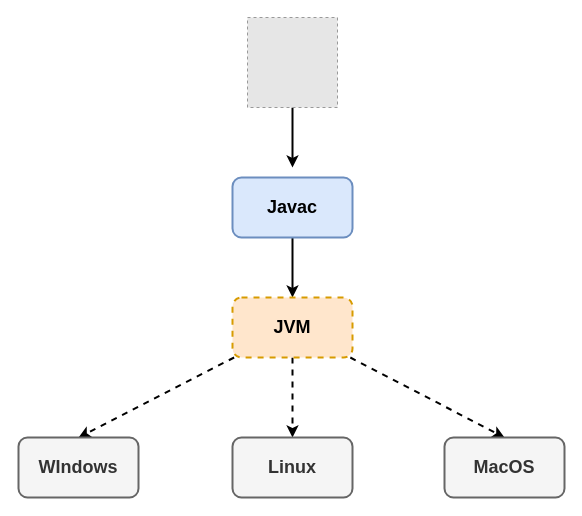
Before: javac.drawio in auula/draw.io, a draw.io diagram. Source tidied: cells renumbered, new cells numbered last; positions are measured from the earlier drawing's top-left corner, leaving out a move shared by most shapes. Both pictures are drawn from the tidied source at 100%, with x=0, y=0 at pixel (18, 17). Pictures stored in the file or linked from it are replaced by grey dashed boxes.
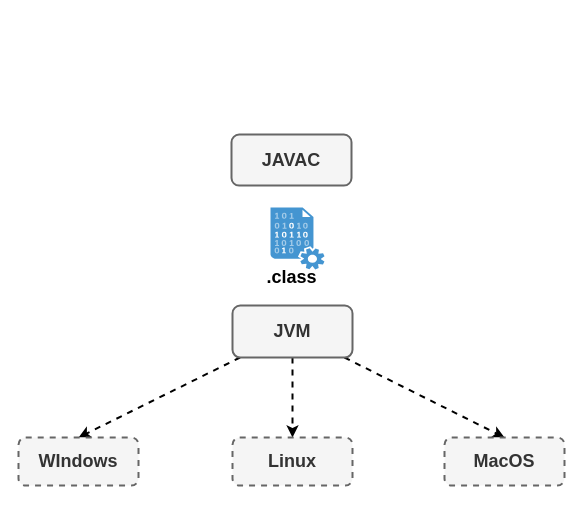
Above is the later version.

The edit, as a diff of the source:
```diff
@@
 <mxGraphModel>
   <root>
     <mxCell id="0" />
     <mxCell id="1" parent="0" />
-    <mxCell id="2" style="edgeStyle=none;rounded=0;jettySize=auto;html=1;strokeWidth=2;fontSize=18;" parent="1" edge="1" source="3">
-      <mxGeometry relative="1" as="geometry">
-        <mxPoint x="274" y="150" as="targetPoint" />
-      </mxGeometry>
-    </mxCell>
-    <mxCell id="3" style="fillColor=#E6E6E6;strokeColor=#999999;dashed=1;html=1;verticalAlign=top;verticalLabelPosition=bottom;labelBackgroundColor=#ffffff;" parent="1" vertex="1">
-      <mxGeometry x="229" width="90" height="90" as="geometry" />
-    </mxCell>
-    <mxCell id="4" style="edgeStyle=none;rounded=0;jettySize=auto;html=1;entryX=0.5;entryY=0;entryDx=0;entryDy=0;strokeWidth=2;fontSize=18;" parent="1" edge="1" source="5" target="9">
-      <mxGeometry relative="1" as="geometry" />
-    </mxCell>
-    <mxCell id="5" value="&lt;b&gt;&lt;font style=&quot;font-size: 18px;&quot;&gt;Javac&lt;/font&gt;&lt;/b&gt;" style="rounded=1;whiteSpace=wrap;html=1;strokeWidth=2;fillColor=#dae8fc;strokeColor=#6c8ebf;" parent="1" vertex="1">
-      <mxGeometry x="214" y="160" width="120" height="60" as="geometry" />
+    <mxCell id="5" value="&lt;span style=&quot;font-size: 18px;&quot;&gt;&lt;b&gt;JAVAC&lt;/b&gt;&lt;/span&gt;" style="rounded=1;whiteSpace=wrap;html=1;strokeWidth=2;fillColor=#f5f5f5;strokeColor=#666666;fontColor=#333333;" parent="1" vertex="1">
+      <mxGeometry x="213" y="117.1" width="120" height="51" as="geometry" />
     </mxCell>
     <mxCell id="6" style="rounded=0;jettySize=auto;html=1;entryX=0.5;entryY=0;entryDx=0;entryDy=0;fontSize=18;strokeWidth=2;dashed=1;" parent="1" edge="1" source="9" target="10">
       <mxGeometry relative="1" as="geometry" />
     </mxCell>
     <mxCell id="7" style="edgeStyle=none;rounded=0;jettySize=auto;html=1;entryX=0.5;entryY=0;entryDx=0;entryDy=0;strokeWidth=2;fontSize=18;dashed=1;" parent="1" edge="1" source="9" target="11">
       <mxGeometry relative="1" as="geometry" />
     </mxCell>
     <mxCell id="8" style="edgeStyle=none;rounded=0;jettySize=auto;html=1;entryX=0.5;entryY=0;entryDx=0;entryDy=0;strokeWidth=2;fontSize=18;dashed=1;" parent="1" edge="1" source="9" target="12">
       <mxGeometry relative="1" as="geometry" />
     </mxCell>
-    <mxCell id="9" value="&lt;span style=&quot;font-size: 18px;&quot;&gt;&lt;b&gt;JVM&lt;/b&gt;&lt;/span&gt;" style="rounded=1;whiteSpace=wrap;html=1;strokeWidth=2;fillColor=#ffe6cc;strokeColor=#d79b00;dashed=1;" parent="1" vertex="1">
-      <mxGeometry x="214" y="280" width="120" height="60" as="geometry" />
+    <mxCell id="9" value="&lt;span style=&quot;font-size: 18px;&quot;&gt;&lt;b&gt;JVM&lt;/b&gt;&lt;/span&gt;" style="rounded=1;whiteSpace=wrap;html=1;strokeWidth=2;fillColor=#f5f5f5;fontColor=#333333;strokeColor=#666666;" parent="1" vertex="1">
+      <mxGeometry x="214" y="288.1" width="120" height="51.9" as="geometry" />
     </mxCell>
-    <mxCell id="10" value="&lt;span style=&quot;font-size: 18px;&quot;&gt;&lt;b&gt;WIndows&lt;/b&gt;&lt;/span&gt;" style="rounded=1;whiteSpace=wrap;html=1;strokeWidth=2;fillColor=#f5f5f5;strokeColor=#666666;fontColor=#333333;" parent="1" vertex="1">
-      <mxGeometry y="420" width="120" height="60" as="geometry" />
+    <mxCell id="10" value="&lt;span style=&quot;font-size: 18px;&quot;&gt;&lt;b&gt;WIndows&lt;/b&gt;&lt;/span&gt;" style="rounded=1;whiteSpace=wrap;html=1;strokeWidth=2;fillColor=#f5f5f5;strokeColor=#666666;fontColor=#333333;dashed=1;" parent="1" vertex="1">
+      <mxGeometry y="420" width="120" height="48.1" as="geometry" />
     </mxCell>
-    <mxCell id="11" value="&lt;span style=&quot;font-size: 18px;&quot;&gt;&lt;b&gt;Linux&lt;/b&gt;&lt;/span&gt;" style="rounded=1;whiteSpace=wrap;html=1;strokeWidth=2;fillColor=#f5f5f5;strokeColor=#666666;fontColor=#333333;" parent="1" vertex="1">
-      <mxGeometry x="214" y="420" width="120" height="60" as="geometry" />
+    <mxCell id="11" value="&lt;span style=&quot;font-size: 18px;&quot;&gt;&lt;b&gt;Linux&lt;/b&gt;&lt;/span&gt;" style="rounded=1;whiteSpace=wrap;html=1;strokeWidth=2;fillColor=#f5f5f5;strokeColor=#666666;fontColor=#333333;dashed=1;" parent="1" vertex="1">
+      <mxGeometry x="214" y="420" width="120" height="48.1" as="geometry" />
     </mxCell>
-    <mxCell id="12" value="&lt;span style=&quot;font-size: 18px;&quot;&gt;&lt;b&gt;MacOS&lt;/b&gt;&lt;/span&gt;" style="rounded=1;whiteSpace=wrap;html=1;strokeWidth=2;fillColor=#f5f5f5;strokeColor=#666666;fontColor=#333333;" parent="1" vertex="1">
-      <mxGeometry x="426" y="420" width="120" height="60" as="geometry" />
+    <mxCell id="12" value="&lt;span style=&quot;font-size: 18px;&quot;&gt;&lt;b&gt;MacOS&lt;/b&gt;&lt;/span&gt;" style="rounded=1;whiteSpace=wrap;html=1;strokeWidth=2;fillColor=#f5f5f5;strokeColor=#666666;fontColor=#333333;dashed=1;" parent="1" vertex="1">
+      <mxGeometry x="426" y="420" width="120" height="48.1" as="geometry" />
     </mxCell>
+    <mxCell id="13" style="shadow=0;dashed=0;html=1;strokeColor=none;fillColor=#4495D1;labelPosition=center;verticalLabelPosition=bottom;verticalAlign=top;align=center;shape=mxgraph.veeam.data_file;strokeWidth=2;fontSize=18;" parent="1" vertex="1">
+      <mxGeometry x="252" y="190" width="54" height="61.9" as="geometry" />
+    </mxCell>
+    <mxCell id="14" value="&lt;b&gt;.class&lt;/b&gt;" style="text;html=1;align=center;verticalAlign=middle;strokeColor=none;fillColor=none;fontSize=18;" parent="1" vertex="1">
+      <mxGeometry x="238" y="240" width="70" height="40" as="geometry" />
+    </mxCell>
   </root>
 </mxGraphModel>
```
